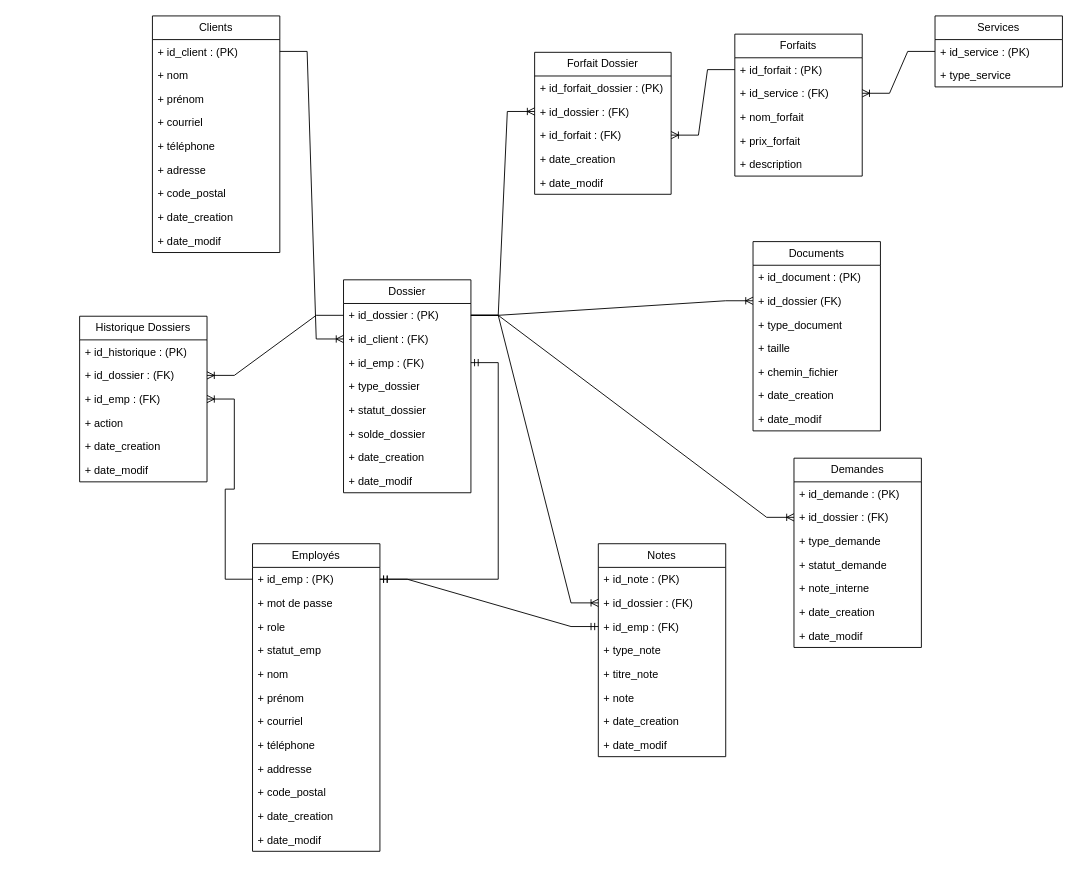
Earlier version of the draw.io diagram Mandat 1 - Planification/BelleVibe Modèle Relationnel.drawio (JeHudon/BelleVibe). Source tidied: cells renumbered, new cells numbered last; positions are measured from the earlier drawing's top-left corner, leaving out a move shared by most shapes. Both pictures are drawn from the tidied source at 91%, with x=0, y=0 at pixel (79, 15).
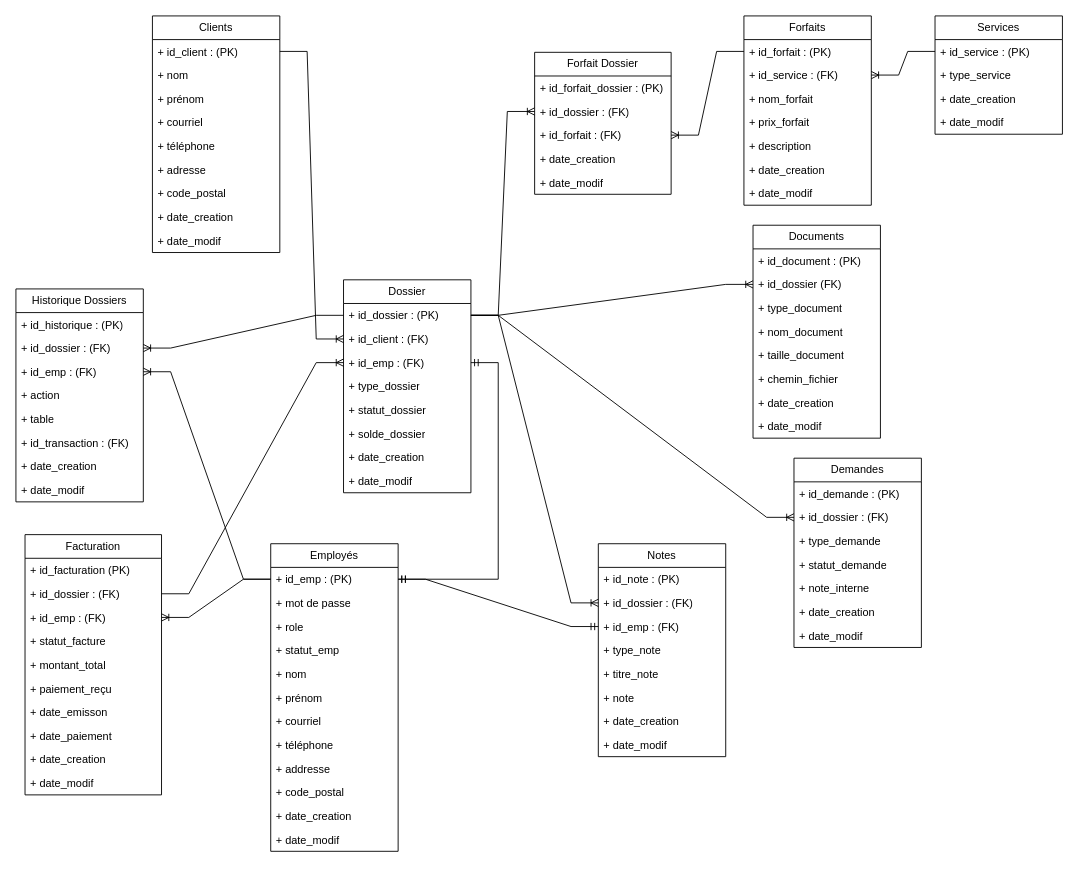
Above is the later version.

Commit message (it also covers changes not shown here):
Fix des modele entité relation et relationnel

The change refers to these unchanged cells:
```xml
<mxCell id="13" value="+ id_emp : (PK)" style="text;strokeColor=none;fillColor=none;align=left;verticalAlign=top;spacingLeft=4;spacingRight=4;overflow=hidden;points=[[0,0.5],[1,0.5]];portConstraint=eastwest;whiteSpace=wrap;html=1;" parent="12" vertex="1">
  <mxGeometry y="26" width="140" height="26" as="geometry" />
</mxCell>
<mxCell id="36" value="+ id_emp : (FK)" style="text;strokeColor=none;fillColor=none;align=left;verticalAlign=top;spacingLeft=4;spacingRight=4;overflow=hidden;points=[[0,0.5],[1,0.5]];portConstraint=eastwest;whiteSpace=wrap;html=1;" parent="33" vertex="1">
  <mxGeometry y="78" width="140" height="26" as="geometry" />
</mxCell>
<mxCell id="78" value="+ id_emp : (FK)" style="text;strokeColor=none;fillColor=none;align=left;verticalAlign=top;spacingLeft=4;spacingRight=4;overflow=hidden;points=[[0,0.5],[1,0.5]];portConstraint=eastwest;whiteSpace=wrap;html=1;" parent="75" vertex="1">
  <mxGeometry y="78" width="140" height="26" as="geometry" />
</mxCell>
```

The edit, as a diff of the source:
```diff
@@
     <mxCell id="12" value="Employés" style="swimlane;fontStyle=0;horizontal=1;startSize=26;fillColor=none;whiteSpace=wrap;html=1;" parent="1" vertex="1">
-      <mxGeometry x="190" y="580" width="140" height="338" as="geometry" />
+      <mxGeometry x="210" y="580" width="140" height="338" as="geometry" />
     </mxCell>
@@
     <mxCell id="25" value="Documents" style="swimlane;fontStyle=0;horizontal=1;startSize=26;fillColor=none;whiteSpace=wrap;html=1;" parent="1" vertex="1">
-      <mxGeometry x="740" y="248" width="140" height="208" as="geometry" />
+      <mxGeometry x="740" y="230" width="140" height="234" as="geometry" />
     </mxCell>
@@
+    <mxCell id="92" value="+ nom_document" style="text;strokeColor=none;fillColor=none;align=left;verticalAlign=top;spacingLeft=4;spacingRight=4;overflow=hidden;whiteSpace=wrap;html=1;" parent="25" vertex="1">
+      <mxGeometry y="104" width="140" height="26" as="geometry" />
+    </mxCell>
-    <mxCell id="29" value="+ taille" style="text;strokeColor=none;fillColor=none;align=left;verticalAlign=top;spacingLeft=4;spacingRight=4;overflow=hidden;whiteSpace=wrap;html=1;" parent="25" vertex="1">
-      <mxGeometry y="104" width="140" height="26" as="geometry" />
+    <mxCell id="29" value="+ taille_document" style="text;strokeColor=none;fillColor=none;align=left;verticalAlign=top;spacingLeft=4;spacingRight=4;overflow=hidden;whiteSpace=wrap;html=1;" parent="25" vertex="1">
+      <mxGeometry y="130" width="140" height="26" as="geometry" />
     </mxCell>
     <mxCell id="30" value="+ chemin_fichier" style="text;strokeColor=none;fillColor=none;align=left;verticalAlign=top;spacingLeft=4;spacingRight=4;overflow=hidden;whiteSpace=wrap;html=1;" parent="25" vertex="1">
-      <mxGeometry y="130" width="140" height="26" as="geometry" />
+      <mxGeometry y="156" width="140" height="26" as="geometry" />
     </mxCell>
     <mxCell id="31" value="+ date_creation&lt;div&gt;&lt;br&gt;&lt;/div&gt;" style="text;strokeColor=none;fillColor=none;align=left;verticalAlign=top;spacingLeft=4;spacingRight=4;overflow=hidden;whiteSpace=wrap;html=1;" parent="25" vertex="1">
-      <mxGeometry y="156" width="140" height="26" as="geometry" />
+      <mxGeometry y="182" width="140" height="26" as="geometry" />
     </mxCell>
     <mxCell id="32" value="+ date_modif" style="text;strokeColor=none;fillColor=none;align=left;verticalAlign=top;spacingLeft=4;spacingRight=4;overflow=hidden;whiteSpace=wrap;html=1;" parent="25" vertex="1">
-      <mxGeometry y="182" width="140" height="26" as="geometry" />
+      <mxGeometry y="208" width="140" height="26" as="geometry" />
     </mxCell>
@@
     <mxCell id="56" value="Services" style="swimlane;fontStyle=0;horizontal=1;startSize=26;fillColor=none;whiteSpace=wrap;html=1;" parent="1" vertex="1">
-      <mxGeometry x="940" width="140" height="78" as="geometry" />
+      <mxGeometry x="940" width="140" height="130" as="geometry" />
     </mxCell>
@@
+    <mxCell id="93" value="+ date_creation&lt;div&gt;&lt;br&gt;&lt;/div&gt;" style="text;strokeColor=none;fillColor=none;align=left;verticalAlign=top;spacingLeft=4;spacingRight=4;overflow=hidden;whiteSpace=wrap;html=1;" parent="56" vertex="1">
+      <mxGeometry y="78" width="140" height="26" as="geometry" />
+    </mxCell>
+    <mxCell id="94" value="+ date_modif" style="text;strokeColor=none;fillColor=none;align=left;verticalAlign=top;spacingLeft=4;spacingRight=4;overflow=hidden;whiteSpace=wrap;html=1;" parent="56" vertex="1">
+      <mxGeometry y="104" width="140" height="26" as="geometry" />
+    </mxCell>
     <mxCell id="59" value="Forfaits" style="swimlane;fontStyle=0;horizontal=1;startSize=26;fillColor=none;whiteSpace=wrap;html=1;" parent="1" vertex="1">
-      <mxGeometry x="720" y="20" width="140" height="156" as="geometry" />
+      <mxGeometry x="730" width="140" height="208" as="geometry" />
     </mxCell>
@@
+    <mxCell id="95" value="+ date_creation&lt;div&gt;&lt;br&gt;&lt;/div&gt;" style="text;strokeColor=none;fillColor=none;align=left;verticalAlign=top;spacingLeft=4;spacingRight=4;overflow=hidden;whiteSpace=wrap;html=1;" parent="59" vertex="1">
+      <mxGeometry y="156" width="140" height="26" as="geometry" />
+    </mxCell>
+    <mxCell id="96" value="+ date_modif" style="text;strokeColor=none;fillColor=none;align=left;verticalAlign=top;spacingLeft=4;spacingRight=4;overflow=hidden;whiteSpace=wrap;html=1;" parent="59" vertex="1">
+      <mxGeometry y="182" width="140" height="26" as="geometry" />
+    </mxCell>
@@
     <mxCell id="75" value="Historique Dossiers" style="swimlane;fontStyle=0;horizontal=1;startSize=26;fillColor=none;whiteSpace=wrap;html=1;" parent="1" vertex="1">
-      <mxGeometry y="330" width="140" height="182" as="geometry" />
+      <mxGeometry x="-70" y="300" width="140" height="234" as="geometry" />
     </mxCell>
@@
+    <mxCell id="97" value="&lt;div&gt;+ table&lt;/div&gt;" style="text;strokeColor=none;fillColor=none;align=left;verticalAlign=top;spacingLeft=4;spacingRight=4;overflow=hidden;whiteSpace=wrap;html=1;" parent="75" vertex="1">
+      <mxGeometry y="130" width="140" height="26" as="geometry" />
+    </mxCell>
+    <mxCell id="98" value="+ id_transaction : (FK)" style="text;strokeColor=none;fillColor=none;align=left;verticalAlign=top;spacingLeft=4;spacingRight=4;overflow=hidden;whiteSpace=wrap;html=1;" parent="75" vertex="1">
+      <mxGeometry y="156" width="140" height="26" as="geometry" />
+    </mxCell>
     <mxCell id="80" value="+ date_creation&lt;div&gt;&lt;br&gt;&lt;/div&gt;" style="text;strokeColor=none;fillColor=none;align=left;verticalAlign=top;spacingLeft=4;spacingRight=4;overflow=hidden;whiteSpace=wrap;html=1;" parent="75" vertex="1">
-      <mxGeometry y="130" width="140" height="26" as="geometry" />
+      <mxGeometry y="182" width="140" height="26" as="geometry" />
     </mxCell>
     <mxCell id="81" value="&lt;div&gt;+ date_modif&lt;/div&gt;" style="text;strokeColor=none;fillColor=none;align=left;verticalAlign=top;spacingLeft=4;spacingRight=4;overflow=hidden;whiteSpace=wrap;html=1;" parent="75" vertex="1">
-      <mxGeometry y="156" width="140" height="26" as="geometry" />
+      <mxGeometry y="208" width="140" height="26" as="geometry" />
     </mxCell>
@@
+    <mxCell id="99" value="Facturation" style="swimlane;fontStyle=0;horizontal=1;startSize=26;fillColor=none;whiteSpace=wrap;html=1;" parent="1" vertex="1">
+      <mxGeometry x="-60" y="570" width="150" height="286" as="geometry" />
+    </mxCell>
+    <mxCell id="100" value="+ id_facturation (PK)&lt;span style=&quot;white-space: pre;&quot;&gt;&#9;&lt;/span&gt;" style="text;strokeColor=none;fillColor=none;align=left;verticalAlign=top;spacingLeft=4;spacingRight=4;overflow=hidden;whiteSpace=wrap;html=1;" parent="99" vertex="1">
+      <mxGeometry y="26" width="150" height="26" as="geometry" />
+    </mxCell>
+    <mxCell id="101" value="+ id_dossier : (FK)" style="text;strokeColor=none;fillColor=none;align=left;verticalAlign=top;spacingLeft=4;spacingRight=4;overflow=hidden;points=[[0,0.5],[1,0.5]];portConstraint=eastwest;whiteSpace=wrap;html=1;" parent="99" vertex="1">
+      <mxGeometry y="52" width="150" height="26" as="geometry" />
+    </mxCell>
+    <mxCell id="102" value="+ id_emp : (FK)" style="text;strokeColor=none;fillColor=none;align=left;verticalAlign=top;spacingLeft=4;spacingRight=4;overflow=hidden;points=[[0,0.5],[1,0.5]];portConstraint=eastwest;whiteSpace=wrap;html=1;" parent="99" vertex="1">
+      <mxGeometry y="78" width="150" height="26" as="geometry" />
+    </mxCell>
+    <mxCell id="103" value="+ statut_facture" style="text;strokeColor=none;fillColor=none;align=left;verticalAlign=top;spacingLeft=4;spacingRight=4;overflow=hidden;whiteSpace=wrap;html=1;" parent="99" vertex="1">
+      <mxGeometry y="104" width="150" height="26" as="geometry" />
+    </mxCell>
+    <mxCell id="104" value="+ montant_total" style="text;strokeColor=none;fillColor=none;align=left;verticalAlign=top;spacingLeft=4;spacingRight=4;overflow=hidden;whiteSpace=wrap;html=1;" parent="99" vertex="1">
+      <mxGeometry y="130" width="150" height="26" as="geometry" />
+    </mxCell>
+    <mxCell id="105" value="+ paiement_reçu" style="text;strokeColor=none;fillColor=none;align=left;verticalAlign=top;spacingLeft=4;spacingRight=4;overflow=hidden;whiteSpace=wrap;html=1;" parent="99" vertex="1">
+      <mxGeometry y="156" width="150" height="26" as="geometry" />
+    </mxCell>
+    <mxCell id="106" value="+ date_emisson&lt;div&gt;&lt;br&gt;&lt;/div&gt;" style="text;strokeColor=none;fillColor=none;align=left;verticalAlign=top;spacingLeft=4;spacingRight=4;overflow=hidden;whiteSpace=wrap;html=1;" parent="99" vertex="1">
+      <mxGeometry y="182" width="150" height="26" as="geometry" />
+    </mxCell>
+    <mxCell id="107" value="&lt;div&gt;+ date_paiement&lt;/div&gt;" style="text;strokeColor=none;fillColor=none;align=left;verticalAlign=top;spacingLeft=4;spacingRight=4;overflow=hidden;whiteSpace=wrap;html=1;" parent="99" vertex="1">
+      <mxGeometry y="208" width="150" height="26" as="geometry" />
+    </mxCell>
+    <mxCell id="108" value="+ date_creation&lt;div&gt;&lt;br&gt;&lt;/div&gt;" style="text;strokeColor=none;fillColor=none;align=left;verticalAlign=top;spacingLeft=4;spacingRight=4;overflow=hidden;whiteSpace=wrap;html=1;" parent="99" vertex="1">
+      <mxGeometry y="234" width="150" height="26" as="geometry" />
+    </mxCell>
+    <mxCell id="109" value="+ date_modif" style="text;strokeColor=none;fillColor=none;align=left;verticalAlign=top;spacingLeft=4;spacingRight=4;overflow=hidden;whiteSpace=wrap;html=1;" parent="99" vertex="1">
+      <mxGeometry y="260" width="150" height="26" as="geometry" />
+    </mxCell>
+    <mxCell id="110" style="edgeStyle=entityRelationEdgeStyle;fontSize=12;html=1;endArrow=ERoneToMany;rounded=0;exitX=1;exitY=0.5;exitDx=0;exitDy=0;entryX=0;entryY=0.5;entryDx=0;entryDy=0;" parent="1" edge="1" source="101" target="36">
+      <mxGeometry relative="1" as="geometry" />
+    </mxCell>
-    <mxCell id="91" style="edgeStyle=entityRelationEdgeStyle;fontSize=12;html=1;endArrow=ERoneToMany;rounded=0;exitX=0;exitY=0.5;exitDx=0;exitDy=0;entryX=1;entryY=0.5;entryDx=0;entryDy=0;" parent="1" edge="1" source="13" target="78">
+    <mxCell id="91" style="edgeStyle=entityRelationEdgeStyle;fontSize=12;html=1;endArrow=ERoneToMany;rounded=0;entryX=1;entryY=0.5;entryDx=0;entryDy=0;" parent="1" edge="1" source="13" target="78">
       <mxGeometry relative="1" as="geometry" />
     </mxCell>
+    <mxCell id="111" style="edgeStyle=entityRelationEdgeStyle;fontSize=12;html=1;endArrow=ERoneToMany;rounded=0;entryX=1;entryY=0.5;entryDx=0;entryDy=0;exitX=0;exitY=0.5;exitDx=0;exitDy=0;" parent="1" edge="1" source="13" target="102">
+      <mxGeometry relative="1" as="geometry" />
+    </mxCell>
```
